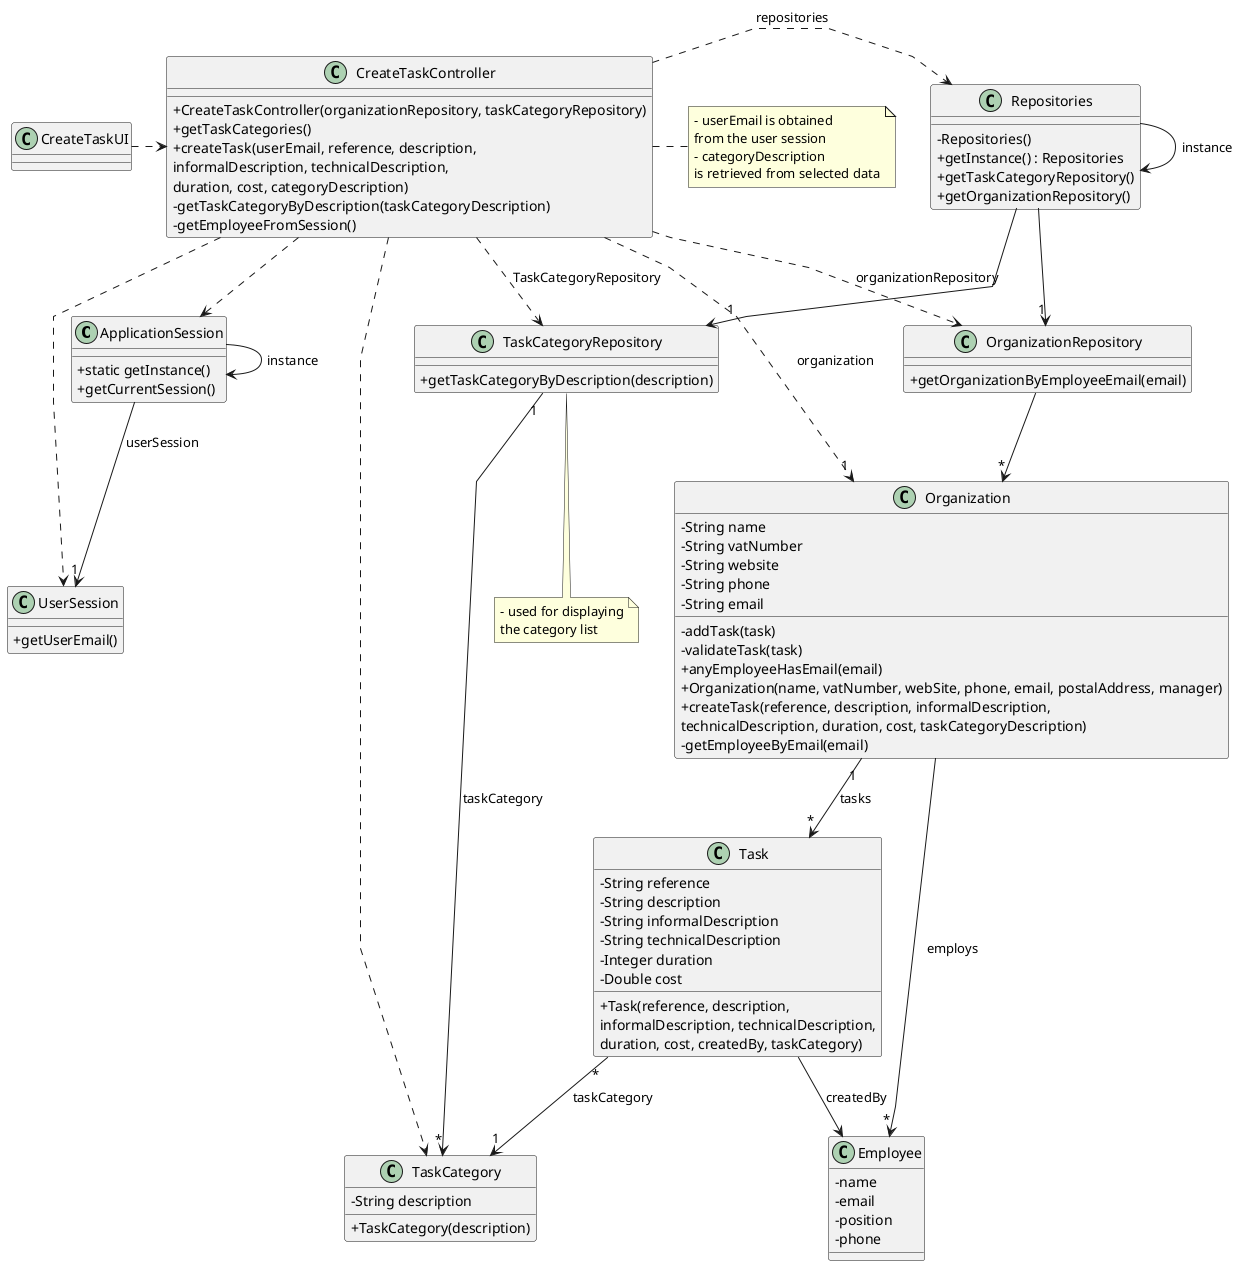
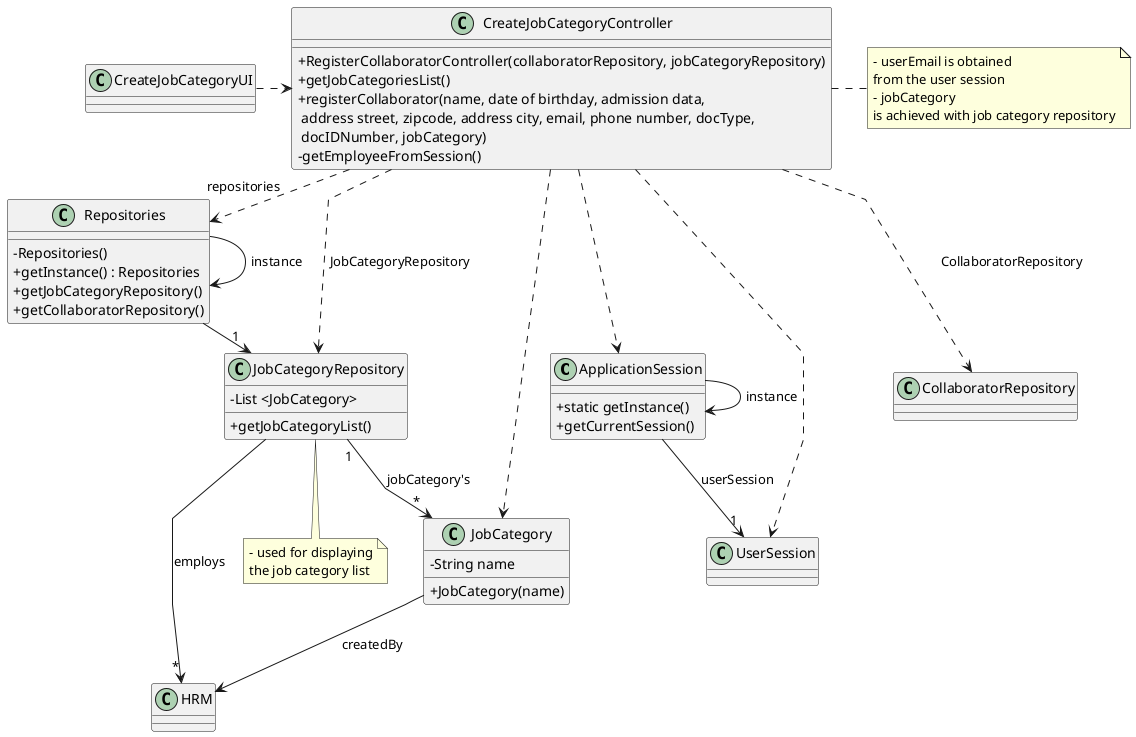
@startuml
'skinparam monochrome true
skinparam packageStyle rectangle
skinparam shadowing false
skinparam linetype polyline
'skinparam linetype orto

skinparam classAttributeIconSize 0

'left to right direction

- class ApplicationSession
- {
+ class ApplicationSession{
    + static getInstance()
    + getCurrentSession()
}

- class UserSession
- {
-     + getUserEmail()
+ class UserSession{
}

- class Employee {
-     - name
-     - email
-     - position
-     - phone
+ class HRM {
}

- class Task {
-     - String reference
-     - String description
-     - String informalDescription
-     - String technicalDescription
-     - Integer duration
-     - Double cost
- 
-     + Task(reference, description,\ninformalDescription, technicalDescription,\nduration, cost, createdBy, taskCategory)
+ class JobCategory {
+     - String name
+     + JobCategory(name)
}

- class TaskCategory {
-     - String description

-     + TaskCategory(description)
+ 
+ class JobCategoryRepository {
+     - List <JobCategory>
+     + getJobCategoryList()
}

- class Organization {
-     - String name
-     - String vatNumber
-     - String website
-     - String phone
-     - String email
- 
-     - addTask(task)
-     - validateTask(task)
-     + anyEmployeeHasEmail(email)
-     + Organization(name, vatNumber, webSite, phone, email, postalAddress, manager)
-     + createTask(reference, description, informalDescription,\ntechnicalDescription, duration, cost, taskCategoryDescription)
-     - getEmployeeByEmail(email)
- 
- '  +saveTask(task)
- }
- 
- class TaskCategoryRepository {
-     + getTaskCategoryByDescription(description)
- }
- 
- class OrganizationRepository {
-     + getOrganizationByEmployeeEmail(email)
- }

class Repositories {
    - Repositories()
    + getInstance() : Repositories
-     + getTaskCategoryRepository()
-     + getOrganizationRepository()
+     + getJobCategoryRepository()
+     + getCollaboratorRepository()
}

- class CreateTaskController {
-     + CreateTaskController(organizationRepository, taskCategoryRepository)
-     + getTaskCategories()
-     + createTask(userEmail, reference, description,\ninformalDescription, technicalDescription,\nduration, cost, categoryDescription)
-     - getTaskCategoryByDescription(taskCategoryDescription)
+ class CreateJobCategoryController{
+     + RegisterCollaboratorController(collaboratorRepository, jobCategoryRepository)
+     + getJobCategoriesList()
+     + registerCollaborator(name, date of birthday, admission data,\n address street, zipcode, address city, email, phone number, docType,\n docIDNumber, jobCategory)
    - getEmployeeFromSession()
}

- note right of CreateTaskController
+ note right of CreateJobCategoryController
    - userEmail is obtained
    from the user session
-     - categoryDescription
-     is retrieved from selected data
+     - jobCategory
+     is achieved with job category repository
end note

- note bottom of TaskCategoryRepository
+ note bottom of JobCategoryRepository
    - used for displaying
-     the category list
+     the job category list
end note

- class CreateTaskUI {
+ class CreateJobCategoryUI {
}

Repositories -> Repositories : instance
ApplicationSession -> ApplicationSession : instance

- CreateTaskUI .> CreateTaskController
+ CreateJobCategoryUI .> CreateJobCategoryController

- CreateTaskController .> Repositories : repositories
+ CreateJobCategoryController .> Repositories : repositories

- Repositories -> "1" TaskCategoryRepository
+ Repositories -> "1" JobCategoryRepository

- CreateTaskController ..> TaskCategory
- CreateTaskController ..> OrganizationRepository : organizationRepository
- CreateTaskController ..> TaskCategoryRepository : TaskCategoryRepository
+ CreateJobCategoryController ..> JobCategory
+ CreateJobCategoryController ..> CollaboratorRepository : CollaboratorRepository
+ CreateJobCategoryController ..> JobCategoryRepository : JobCategoryRepository

- Repositories --> "1" OrganizationRepository

- OrganizationRepository --> "*" Organization
ApplicationSession --> "1" UserSession : userSession

- CreateTaskController ..> "1" Organization : organization
- CreateTaskController ..> ApplicationSession
- CreateTaskController ..> UserSession
- Task "*" --> "1" TaskCategory : taskCategory
- TaskCategoryRepository "1" --> "*" TaskCategory : taskCategory
- Organization "1" --> "*" Task : tasks
- Task --> Employee : createdBy
+ CreateJobCategoryController ..> ApplicationSession
+ CreateJobCategoryController ..> UserSession

- Organization --> "*" Employee : employs
+ JobCategoryRepository "1" --> "*" JobCategory : jobCategory's
+ 
+ JobCategory --> HRM : createdBy
+ 
+ JobCategoryRepository --> "*" HRM : employs

@enduml